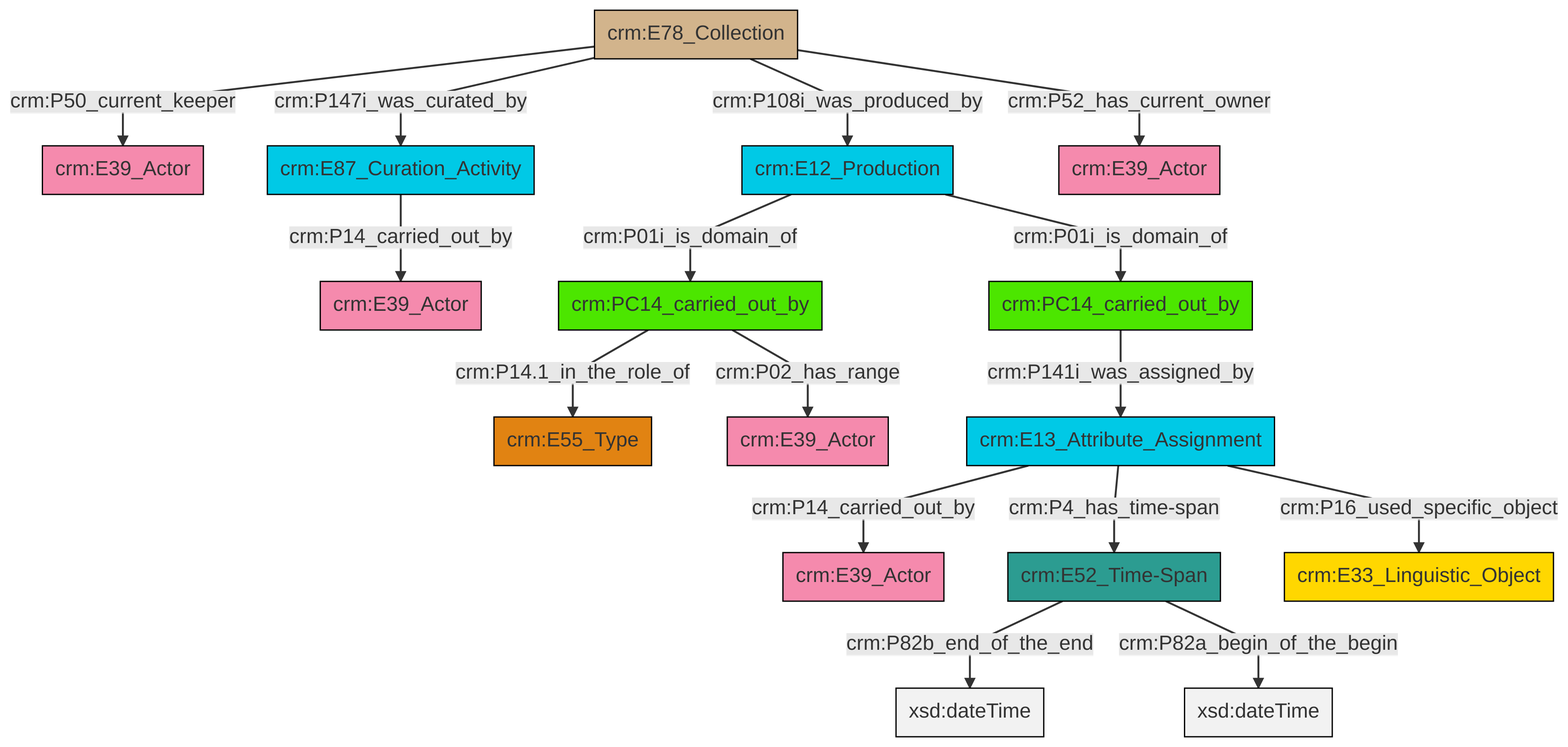
The Mermaid diagram et/archivalCSV/ttl/mmd/png/archival_relation.png in swiss-art-research-net/docs.swissartresearch, before a commit. Its source is kept beside it as et/archivalCSV/ttl/mmd/archival_relation.ttl.mmd.
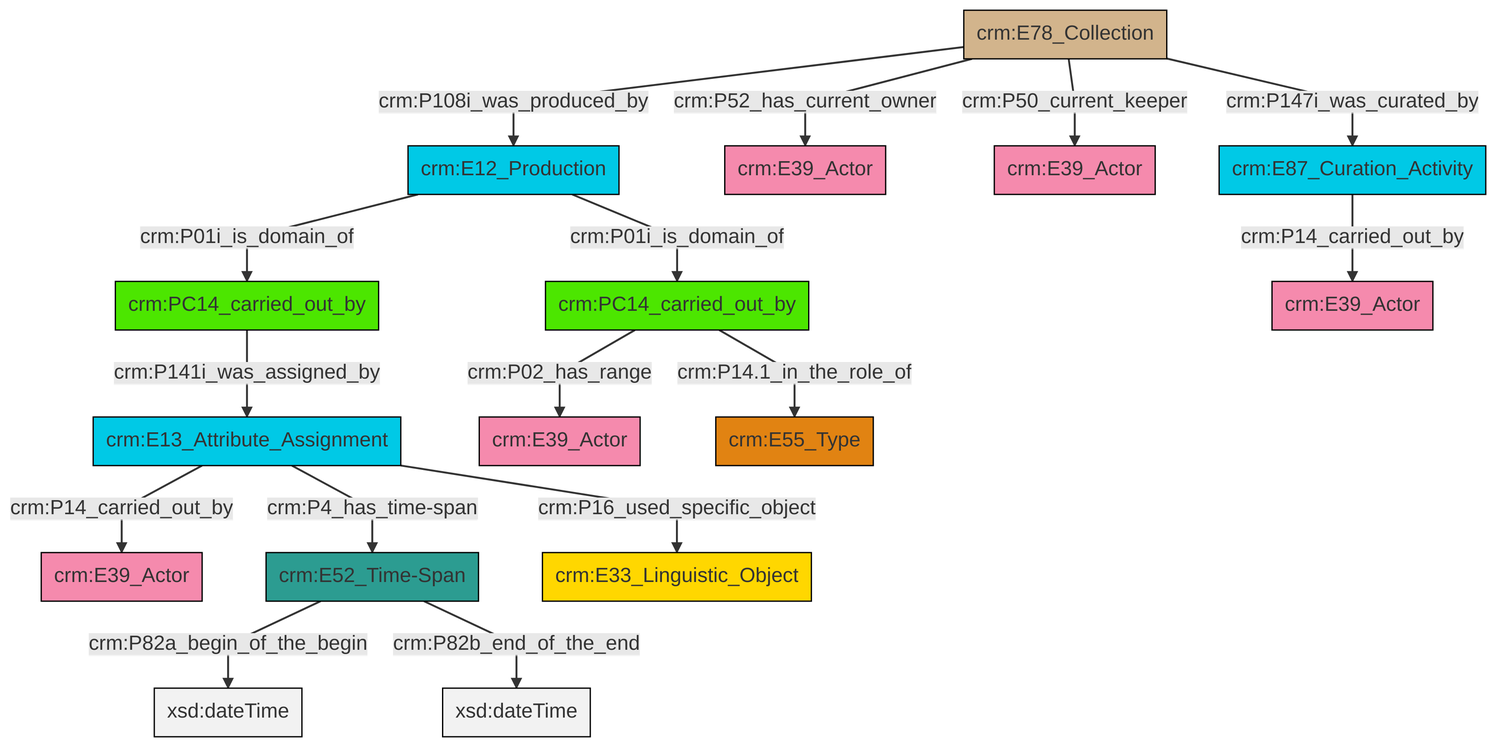
Above is the later version.

What changed in the source:
```diff
@@ -13,18 +13,18 @@
 classDef PC_Classes fill:#4ce600, stroke:#000000;
 classDef Multi fill:#cccccc,stroke:#000000;
 
-0["crm:E12_Production"]:::Temporal_Entity -->|crm:P01i_is_domain_of| 2["crm:PC14_carried_out_by"]:::PC_Classes
-5["crm:E78_Collection"]:::Physical_Thing -->|crm:P50_current_keeper| 6["crm:E39_Actor"]:::Actor
-7["crm:E52_Time-Span"]:::Time-Span -->|crm:P82b_end_of_the_end| 8[xsd:dateTime]:::Literal
-5["crm:E78_Collection"]:::Physical_Thing -->|crm:P147i_was_curated_by| 9["crm:E87_Curation_Activity"]:::Temporal_Entity
-0["crm:E12_Production"]:::Temporal_Entity -->|crm:P01i_is_domain_of| 10["crm:PC14_carried_out_by"]:::PC_Classes
-7["crm:E52_Time-Span"]:::Time-Span -->|crm:P82a_begin_of_the_begin| 13[xsd:dateTime]:::Literal
-5["crm:E78_Collection"]:::Physical_Thing -->|crm:P108i_was_produced_by| 0["crm:E12_Production"]:::Temporal_Entity
-2["crm:PC14_carried_out_by"]:::PC_Classes -->|crm:P14.1_in_the_role_of| 3["crm:E55_Type"]:::Type
-2["crm:PC14_carried_out_by"]:::PC_Classes -->|crm:P02_has_range| 17["crm:E39_Actor"]:::Actor
-11["crm:E13_Attribute_Assignment"]:::Temporal_Entity -->|crm:P14_carried_out_by| 19["crm:E39_Actor"]:::Actor
-5["crm:E78_Collection"]:::Physical_Thing -->|crm:P52_has_current_owner| 14["crm:E39_Actor"]:::Actor
-9["crm:E87_Curation_Activity"]:::Temporal_Entity -->|crm:P14_carried_out_by| 23["crm:E39_Actor"]:::Actor
-10["crm:PC14_carried_out_by"]:::PC_Classes -->|crm:P141i_was_assigned_by| 11["crm:E13_Attribute_Assignment"]:::Temporal_Entity
-11["crm:E13_Attribute_Assignment"]:::Temporal_Entity -->|crm:P4_has_time-span| 7["crm:E52_Time-Span"]:::Time-Span
-11["crm:E13_Attribute_Assignment"]:::Temporal_Entity -->|crm:P16_used_specific_object| 28["crm:E33_Linguistic_Object"]:::Conceptual_Object
+6["crm:E13_Attribute_Assignment"]:::Temporal_Entity -->|crm:P4_has_time-span| 7["crm:E52_Time-Span"]:::Time-Span
+10["crm:E78_Collection"]:::Physical_Thing -->|crm:P50_current_keeper| 11["crm:E39_Actor"]:::Actor
+12["crm:E12_Production"]:::Temporal_Entity -->|crm:P01i_is_domain_of| 2["crm:PC14_carried_out_by"]:::PC_Classes
+6["crm:E13_Attribute_Assignment"]:::Temporal_Entity -->|crm:P16_used_specific_object| 14["crm:E33_Linguistic_Object"]:::Conceptual_Object
+10["crm:E78_Collection"]:::Physical_Thing -->|crm:P52_has_current_owner| 8["crm:E39_Actor"]:::Actor
+12["crm:E12_Production"]:::Temporal_Entity -->|crm:P01i_is_domain_of| 16["crm:PC14_carried_out_by"]:::PC_Classes
+0["crm:E87_Curation_Activity"]:::Temporal_Entity -->|crm:P14_carried_out_by| 18["crm:E39_Actor"]:::Actor
+10["crm:E78_Collection"]:::Physical_Thing -->|crm:P147i_was_curated_by| 0["crm:E87_Curation_Activity"]:::Temporal_Entity
+6["crm:E13_Attribute_Assignment"]:::Temporal_Entity -->|crm:P14_carried_out_by| 4["crm:E39_Actor"]:::Actor
+2["crm:PC14_carried_out_by"]:::PC_Classes -->|crm:P02_has_range| 19["crm:E39_Actor"]:::Actor
+16["crm:PC14_carried_out_by"]:::PC_Classes -->|crm:P141i_was_assigned_by| 6["crm:E13_Attribute_Assignment"]:::Temporal_Entity
+7["crm:E52_Time-Span"]:::Time-Span -->|crm:P82a_begin_of_the_begin| 24[xsd:dateTime]:::Literal
+2["crm:PC14_carried_out_by"]:::PC_Classes -->|crm:P14.1_in_the_role_of| 22["crm:E55_Type"]:::Type
+10["crm:E78_Collection"]:::Physical_Thing -->|crm:P108i_was_produced_by| 12["crm:E12_Production"]:::Temporal_Entity
+7["crm:E52_Time-Span"]:::Time-Span -->|crm:P82b_end_of_the_end| 28[xsd:dateTime]:::Literal
```
